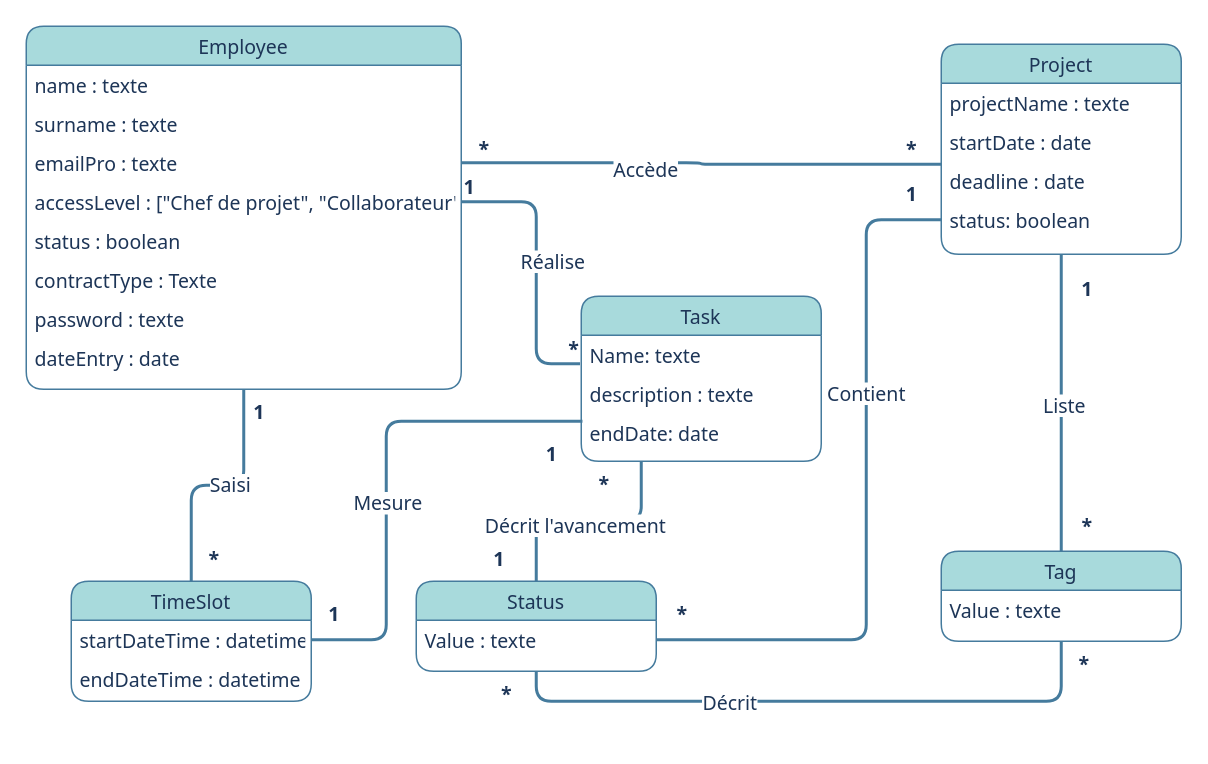
The draw.io diagram UML_tasksLinker.drawio in cbeauquel/OC_projet7, before the edit. Source tidied: cells renumbered, new cells numbered last; positions are measured from the earlier drawing's top-left corner, leaving out a move shared by most shapes. Both pictures are drawn from the tidied source at 150%, with x=0, y=0 at pixel (26, 26).
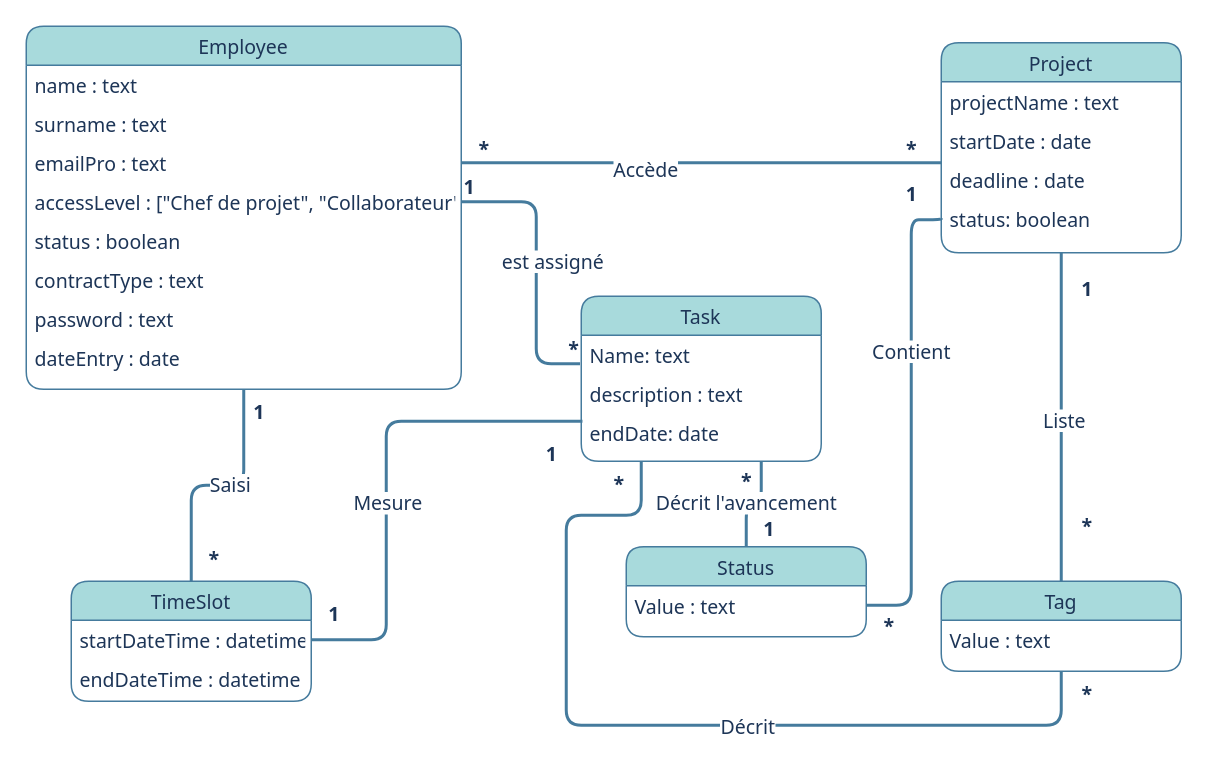
The same diagram, later.

Commit message:
Mettre à jour UML_tasksLinker.drawio

Unchanged cells that the change refers to:
```xml
<mxCell id="4" value="Employee" style="swimlane;fontStyle=0;align=center;verticalAlign=top;horizontal=1;startSize=26;rounded=1;shadow=0;strokeWidth=1;fontSize=13;fontFamily=Tahoma;labelBorderColor=none;labelBackgroundColor=none;fillColor=#A8DADC;strokeColor=#457B9D;fontColor=#1D3557;perimeterSpacing=0;" parent="1" vertex="1">
  <mxGeometry width="290" height="242" as="geometry" />
</mxCell>
<mxCell id="13" value="Task" style="swimlane;fontStyle=0;align=center;verticalAlign=top;horizontal=1;startSize=26;rounded=1;shadow=0;strokeWidth=1;fontSize=13;fontFamily=Tahoma;labelBorderColor=none;labelBackgroundColor=none;fillColor=#A8DADC;strokeColor=#457B9D;fontColor=#1D3557;" parent="1" vertex="1">
  <mxGeometry x="370" y="180" width="160" height="110" as="geometry" />
</mxCell>
<mxCell id="23" value="status: boolean" style="text;align=left;verticalAlign=top;spacingLeft=4;spacingRight=4;overflow=hidden;points=[[0,0.5],[1,0.5]];portConstraint=eastwest;rounded=1;shadow=0;html=0;fontSize=13;fontStyle=0;fontFamily=Tahoma;labelBorderColor=none;labelBackgroundColor=none;fontColor=#1D3557;" parent="19" vertex="1">
  <mxGeometry y="104" width="160" height="26" as="geometry" />
</mxCell>
<mxCell id="55" style="endArrow=none;html=1;edgeStyle=orthogonalEdgeStyle;rounded=1;entryX=-0.005;entryY=0.731;entryDx=0;entryDy=0;entryPerimeter=0;fontSize=13;fontStyle=0;fontFamily=Tahoma;labelBorderColor=none;labelBackgroundColor=none;fontColor=default;strokeColor=#457B9D;strokeWidth=2;exitX=1;exitY=0.5;exitDx=0;exitDy=0;" parent="1" edge="1" source="8" target="14">
  <mxGeometry relative="1" as="geometry">
    <Array as="points">
      <mxPoint x="340" y="117" />
      <mxPoint x="340" y="225" />
    </Array>
  </mxGeometry>
</mxCell>
```

Diff of the diagram source:
```diff
@@
-    <mxCell id="5" value="name : texte" style="text;align=left;verticalAlign=top;spacingLeft=4;spacingRight=4;overflow=hidden;fontSize=13;fontStyle=0;fontFamily=Tahoma;labelBorderColor=none;rounded=1;labelBackgroundColor=none;fontColor=#1D3557;" parent="4" vertex="1">
+    <mxCell id="5" value="name : text" style="text;align=left;verticalAlign=top;spacingLeft=4;spacingRight=4;overflow=hidden;fontSize=13;fontStyle=0;fontFamily=Tahoma;labelBorderColor=none;rounded=1;labelBackgroundColor=none;fontColor=#1D3557;" parent="4" vertex="1">
       <mxGeometry y="26" width="290" height="26" as="geometry" />
     </mxCell>
-    <mxCell id="6" value="surname : texte" style="text;align=left;verticalAlign=top;spacingLeft=4;spacingRight=4;overflow=hidden;rounded=1;shadow=0;html=0;fontSize=13;fontStyle=0;fontFamily=Tahoma;labelBorderColor=none;labelBackgroundColor=none;fontColor=#1D3557;" parent="4" vertex="1">
+    <mxCell id="6" value="surname : text" style="text;align=left;verticalAlign=top;spacingLeft=4;spacingRight=4;overflow=hidden;rounded=1;shadow=0;html=0;fontSize=13;fontStyle=0;fontFamily=Tahoma;labelBorderColor=none;labelBackgroundColor=none;fontColor=#1D3557;" parent="4" vertex="1">
       <mxGeometry y="52" width="290" height="26" as="geometry" />
     </mxCell>
-    <mxCell id="7" value="emailPro : texte" style="text;align=left;verticalAlign=top;spacingLeft=4;spacingRight=4;overflow=hidden;points=[[0,0.5],[1,0.5]];portConstraint=eastwest;rounded=1;shadow=0;html=0;fontSize=13;fontStyle=0;fontFamily=Tahoma;labelBorderColor=none;labelBackgroundColor=none;fontColor=#1D3557;" parent="4" vertex="1">
+    <mxCell id="7" value="emailPro : text" style="text;align=left;verticalAlign=top;spacingLeft=4;spacingRight=4;overflow=hidden;points=[[0,0.5],[1,0.5]];portConstraint=eastwest;rounded=1;shadow=0;html=0;fontSize=13;fontStyle=0;fontFamily=Tahoma;labelBorderColor=none;labelBackgroundColor=none;fontColor=#1D3557;" parent="4" vertex="1">
       <mxGeometry y="78" width="290" height="26" as="geometry" />
     </mxCell>
@@
-    <mxCell id="10" value="contractType : Texte" style="text;align=left;verticalAlign=top;spacingLeft=4;spacingRight=4;overflow=hidden;rounded=1;shadow=0;html=0;fontSize=13;fontStyle=0;fontFamily=Tahoma;labelBorderColor=none;labelBackgroundColor=none;fontColor=#1D3557;" parent="4" vertex="1">
+    <mxCell id="10" value="contractType : text" style="text;align=left;verticalAlign=top;spacingLeft=4;spacingRight=4;overflow=hidden;rounded=1;shadow=0;html=0;fontSize=13;fontStyle=0;fontFamily=Tahoma;labelBorderColor=none;labelBackgroundColor=none;fontColor=#1D3557;" parent="4" vertex="1">
       <mxGeometry y="156" width="290" height="26" as="geometry" />
     </mxCell>
-    <mxCell id="11" value="password : texte" style="text;align=left;verticalAlign=top;spacingLeft=4;spacingRight=4;overflow=hidden;rounded=1;shadow=0;html=0;fontSize=13;fontStyle=0;fontFamily=Tahoma;labelBorderColor=none;labelBackgroundColor=none;fontColor=#1D3557;" parent="4" vertex="1">
+    <mxCell id="11" value="password : text" style="text;align=left;verticalAlign=top;spacingLeft=4;spacingRight=4;overflow=hidden;rounded=1;shadow=0;html=0;fontSize=13;fontStyle=0;fontFamily=Tahoma;labelBorderColor=none;labelBackgroundColor=none;fontColor=#1D3557;" parent="4" vertex="1">
       <mxGeometry y="182" width="290" height="26" as="geometry" />
     </mxCell>
@@
-    <mxCell id="14" value="Name: texte" style="text;align=left;verticalAlign=top;spacingLeft=4;spacingRight=4;overflow=hidden;points=[[0,0.5],[1,0.5]];portConstraint=eastwest;strokeColor=none;fontSize=13;fontStyle=0;fontFamily=Tahoma;labelBorderColor=none;rounded=1;labelBackgroundColor=none;fontColor=#1D3557;" parent="13" vertex="1">
+    <mxCell id="14" value="Name: text" style="text;align=left;verticalAlign=top;spacingLeft=4;spacingRight=4;overflow=hidden;points=[[0,0.5],[1,0.5]];portConstraint=eastwest;strokeColor=none;fontSize=13;fontStyle=0;fontFamily=Tahoma;labelBorderColor=none;rounded=1;labelBackgroundColor=none;fontColor=#1D3557;" parent="13" vertex="1">
       <mxGeometry y="26" width="160" height="26" as="geometry" />
     </mxCell>
-    <mxCell id="15" value="description : texte" style="text;align=left;verticalAlign=top;spacingLeft=4;spacingRight=4;overflow=hidden;rounded=1;shadow=0;html=0;fontSize=13;fontStyle=0;fontFamily=Tahoma;labelBorderColor=none;labelBackgroundColor=none;fontColor=#1D3557;" parent="13" vertex="1">
+    <mxCell id="15" value="description : text" style="text;align=left;verticalAlign=top;spacingLeft=4;spacingRight=4;overflow=hidden;rounded=1;shadow=0;html=0;fontSize=13;fontStyle=0;fontFamily=Tahoma;labelBorderColor=none;labelBackgroundColor=none;fontColor=#1D3557;" parent="13" vertex="1">
       <mxGeometry y="52" width="160" height="26" as="geometry" />
     </mxCell>
@@
     <mxCell id="19" value="Project" style="swimlane;fontStyle=0;align=center;verticalAlign=top;horizontal=1;startSize=26;rounded=1;shadow=0;strokeWidth=1;fontSize=13;fontFamily=Tahoma;labelBorderColor=none;labelBackgroundColor=none;fillColor=#A8DADC;strokeColor=#457B9D;fontColor=#1D3557;" parent="1" vertex="1">
-      <mxGeometry x="610" y="12" width="160" height="140" as="geometry" />
+      <mxGeometry x="610" y="11" width="160" height="140" as="geometry" />
     </mxCell>
-    <mxCell id="20" value="projectName : texte" style="text;align=left;verticalAlign=top;spacingLeft=4;spacingRight=4;overflow=hidden;fontSize=13;fontStyle=0;fontFamily=Tahoma;labelBorderColor=none;rounded=1;labelBackgroundColor=none;fontColor=#1D3557;" parent="19" vertex="1">
+    <mxCell id="20" value="projectName : text" style="text;align=left;verticalAlign=top;spacingLeft=4;spacingRight=4;overflow=hidden;fontSize=13;fontStyle=0;fontFamily=Tahoma;labelBorderColor=none;rounded=1;labelBackgroundColor=none;fontColor=#1D3557;" parent="19" vertex="1">
       <mxGeometry y="26" width="160" height="26" as="geometry" />
     </mxCell>
@@
-    <mxCell id="24" style="edgeStyle=orthogonalEdgeStyle;rounded=1;jettySize=auto;html=1;exitX=0.5;exitY=1;exitDx=0;exitDy=0;entryX=0.5;entryY=1;entryDx=0;entryDy=0;endArrow=none;endFill=0;fontSize=13;fontStyle=0;fontFamily=Tahoma;labelBorderColor=none;labelBackgroundColor=none;fontColor=default;strokeColor=#457B9D;strokeWidth=2;" parent="1" edge="1" source="26" target="30">
-      <mxGeometry relative="1" as="geometry" />
+    <mxCell id="24" style="edgeStyle=orthogonalEdgeStyle;rounded=1;jettySize=auto;html=1;exitX=0.5;exitY=1;exitDx=0;exitDy=0;endArrow=none;endFill=0;fontSize=13;fontStyle=0;fontFamily=Tahoma;labelBorderColor=none;labelBackgroundColor=none;fontColor=default;strokeColor=#457B9D;strokeWidth=2;" parent="1" edge="1" source="26">
+      <mxGeometry relative="1" as="geometry">
+        <mxPoint x="410" y="290" as="targetPoint" />
+        <Array as="points">
+          <mxPoint x="690" y="466" />
+          <mxPoint x="360" y="466" />
+          <mxPoint x="360" y="326" />
+          <mxPoint x="410" y="326" />
+        </Array>
+      </mxGeometry>
     </mxCell>
     <mxCell id="25" value="Décrit" style="edgeLabel;html=1;align=center;verticalAlign=middle;fontSize=13;fontStyle=0;fontFamily=Tahoma;labelBorderColor=none;rounded=1;labelBackgroundColor=default;fontColor=#1D3557;" parent="24" vertex="1">
-      <mxGeometry x="0.28" relative="1" as="geometry" />
+      <mxGeometry x="0.28" relative="1" as="geometry">
+        <mxPoint x="120" y="13" as="offset" />
+      </mxGeometry>
     </mxCell>
     <mxCell id="26" value="Tag" style="swimlane;fontStyle=0;align=center;verticalAlign=top;horizontal=1;startSize=26;rounded=1;shadow=0;strokeWidth=1;fontSize=13;fontFamily=Tahoma;labelBorderColor=none;labelBackgroundColor=none;fillColor=#A8DADC;strokeColor=#457B9D;fontColor=#1D3557;" parent="1" vertex="1">
-      <mxGeometry x="610" y="350" width="160" height="60" as="geometry" />
+      <mxGeometry x="610" y="370" width="160" height="60" as="geometry" />
     </mxCell>
-    <mxCell id="27" value="Value : texte" style="text;align=left;verticalAlign=top;spacingLeft=4;spacingRight=4;overflow=hidden;strokeColor=none;fontSize=13;fontStyle=0;fontFamily=Tahoma;labelBorderColor=none;rounded=1;labelBackgroundColor=none;fontColor=#1D3557;" parent="26" vertex="1">
+    <mxCell id="27" value="Value : text" style="text;align=left;verticalAlign=top;spacingLeft=4;spacingRight=4;overflow=hidden;strokeColor=none;fontSize=13;fontStyle=0;fontFamily=Tahoma;labelBorderColor=none;rounded=1;labelBackgroundColor=none;fontColor=#1D3557;" parent="26" vertex="1">
       <mxGeometry y="26" width="160" height="26" as="geometry" />
     </mxCell>
-    <mxCell id="28" style="edgeStyle=orthogonalEdgeStyle;rounded=1;jettySize=auto;html=1;exitX=0.5;exitY=0;exitDx=0;exitDy=0;entryX=0.25;entryY=1;entryDx=0;entryDy=0;endArrow=none;endFill=0;fontSize=13;fontStyle=0;fontFamily=Tahoma;labelBorderColor=none;labelBackgroundColor=none;fontColor=default;strokeColor=#457B9D;strokeWidth=2;" parent="1" edge="1" source="30" target="13">
+    <mxCell id="28" style="edgeStyle=orthogonalEdgeStyle;rounded=1;jettySize=auto;html=1;exitX=0.5;exitY=0;exitDx=0;exitDy=0;entryX=0.75;entryY=1;entryDx=0;entryDy=0;endArrow=none;endFill=0;fontSize=13;fontStyle=0;fontFamily=Tahoma;labelBorderColor=none;labelBackgroundColor=none;fontColor=default;strokeColor=#457B9D;strokeWidth=2;" parent="1" edge="1" source="30" target="13">
       <mxGeometry relative="1" as="geometry" />
     </mxCell>
     <mxCell id="29" value="Décrit l'avancement" style="edgeLabel;html=1;align=center;verticalAlign=middle;fontSize=13;fontStyle=0;fontFamily=Tahoma;labelBorderColor=none;rounded=1;labelBackgroundColor=default;fontColor=#1D3557;" parent="28" vertex="1">
-      <mxGeometry x="-0.13" y="-2" relative="1" as="geometry" />
+      <mxGeometry x="-0.13" y="-2" relative="1" as="geometry">
+        <mxPoint x="-1" y="-3" as="offset" />
+      </mxGeometry>
     </mxCell>
     <mxCell id="30" value="Status" style="swimlane;fontStyle=0;align=center;verticalAlign=top;horizontal=1;startSize=26;rounded=1;shadow=0;strokeWidth=1;fontSize=13;fontFamily=Tahoma;labelBorderColor=none;labelBackgroundColor=none;fillColor=#A8DADC;strokeColor=#457B9D;fontColor=#1D3557;" parent="1" vertex="1">
-      <mxGeometry x="260" y="370" width="160" height="60" as="geometry" />
+      <mxGeometry x="400" y="347" width="160" height="60" as="geometry" />
     </mxCell>
-    <mxCell id="31" value="Value : texte" style="text;align=left;verticalAlign=top;spacingLeft=4;spacingRight=4;overflow=hidden;points=[[0,0.5],[1,0.5]];portConstraint=eastwest;strokeColor=none;fontSize=13;fontStyle=0;fontFamily=Tahoma;labelBorderColor=none;rounded=1;labelBackgroundColor=none;fontColor=#1D3557;" parent="30" vertex="1">
+    <mxCell id="31" value="Value : text" style="text;align=left;verticalAlign=top;spacingLeft=4;spacingRight=4;overflow=hidden;points=[[0,0.5],[1,0.5]];portConstraint=eastwest;strokeColor=none;fontSize=13;fontStyle=0;fontFamily=Tahoma;labelBorderColor=none;rounded=1;labelBackgroundColor=none;fontColor=#1D3557;" parent="30" vertex="1">
       <mxGeometry y="26" width="160" height="26" as="geometry" />
     </mxCell>
@@
     <mxCell id="41" value="*" style="text;html=1;align=center;verticalAlign=middle;strokeColor=none;fillColor=none;fontSize=13;fontStyle=1;fontFamily=Tahoma;labelBorderColor=none;rounded=1;labelBackgroundColor=none;fontColor=#1D3557;" parent="1" vertex="1">
-      <mxGeometry x="370" y="290" width="30" height="30" as="geometry" />
+      <mxGeometry x="465" y="288" width="30" height="30" as="geometry" />
     </mxCell>
     <mxCell id="42" value="1" style="text;html=1;align=center;verticalAlign=middle;strokeColor=none;fillColor=none;fontSize=13;fontStyle=1;fontFamily=Tahoma;labelBorderColor=none;rounded=1;labelBackgroundColor=none;fontColor=#1D3557;" parent="1" vertex="1">
-      <mxGeometry x="300" y="340" width="30" height="30" as="geometry" />
+      <mxGeometry x="480" y="320" width="30" height="30" as="geometry" />
     </mxCell>
     <mxCell id="43" style="edgeStyle=orthogonalEdgeStyle;rounded=1;jettySize=auto;html=1;exitX=0;exitY=0.5;exitDx=0;exitDy=0;entryX=1;entryY=0.5;entryDx=0;entryDy=0;endArrow=none;endFill=0;fontSize=13;fontStyle=0;fontFamily=Tahoma;labelBorderColor=none;labelBackgroundColor=none;fontColor=default;strokeColor=#457B9D;strokeWidth=2;" parent="1" edge="1" source="23" target="31">
       <mxGeometry relative="1" as="geometry">
         <Array as="points">
-          <mxPoint x="560" y="129" />
-          <mxPoint x="560" y="409" />
+          <mxPoint x="610" y="129" />
+          <mxPoint x="590" y="129" />
+          <mxPoint x="590" y="386" />
         </Array>
       </mxGeometry>
     </mxCell>
@@
     <mxCell id="46" value="*" style="text;html=1;align=center;verticalAlign=middle;strokeColor=none;fillColor=none;fontSize=13;fontStyle=1;fontFamily=Tahoma;labelBorderColor=none;rounded=1;labelBackgroundColor=none;fontColor=#1D3557;" parent="1" vertex="1">
-      <mxGeometry x="422" y="377" width="30" height="30" as="geometry" />
+      <mxGeometry x="560" y="385" width="30" height="30" as="geometry" />
     </mxCell>
     <mxCell id="47" value="*" style="text;html=1;align=center;verticalAlign=middle;strokeColor=none;fillColor=none;fontSize=13;fontStyle=1;fontFamily=Tahoma;labelBorderColor=none;rounded=1;labelBackgroundColor=none;fontColor=#1D3557;" parent="1" vertex="1">
-      <mxGeometry x="305" y="430" width="30" height="30" as="geometry" />
+      <mxGeometry x="380" y="290" width="30" height="30" as="geometry" />
     </mxCell>
     <mxCell id="48" value="*" style="text;html=1;align=center;verticalAlign=middle;strokeColor=none;fillColor=none;fontSize=13;fontStyle=1;fontFamily=Tahoma;labelBorderColor=none;rounded=1;labelBackgroundColor=none;fontColor=#1D3557;" parent="1" vertex="1">
-      <mxGeometry x="690" y="410" width="30" height="30" as="geometry" />
+      <mxGeometry x="692" y="430" width="30" height="30" as="geometry" />
     </mxCell>
@@
-    <mxCell id="58" value="Réalise" style="edgeLabel;html=1;align=center;verticalAlign=middle;fontSize=13;fontStyle=0;fontFamily=Tahoma;labelBorderColor=none;rounded=1;labelBackgroundColor=default;fontColor=#1D3557;" parent="55" vertex="1">
+    <mxCell id="58" value="est assigné" style="edgeLabel;html=1;align=center;verticalAlign=middle;fontSize=13;fontStyle=0;fontFamily=Tahoma;labelBorderColor=none;rounded=1;labelBackgroundColor=default;fontColor=#1D3557;" parent="55" vertex="1">
       <mxGeometry x="-0.06" relative="1" as="geometry">
         <mxPoint x="10" y="1" as="offset" />
       </mxGeometry>
     </mxCell>
```
